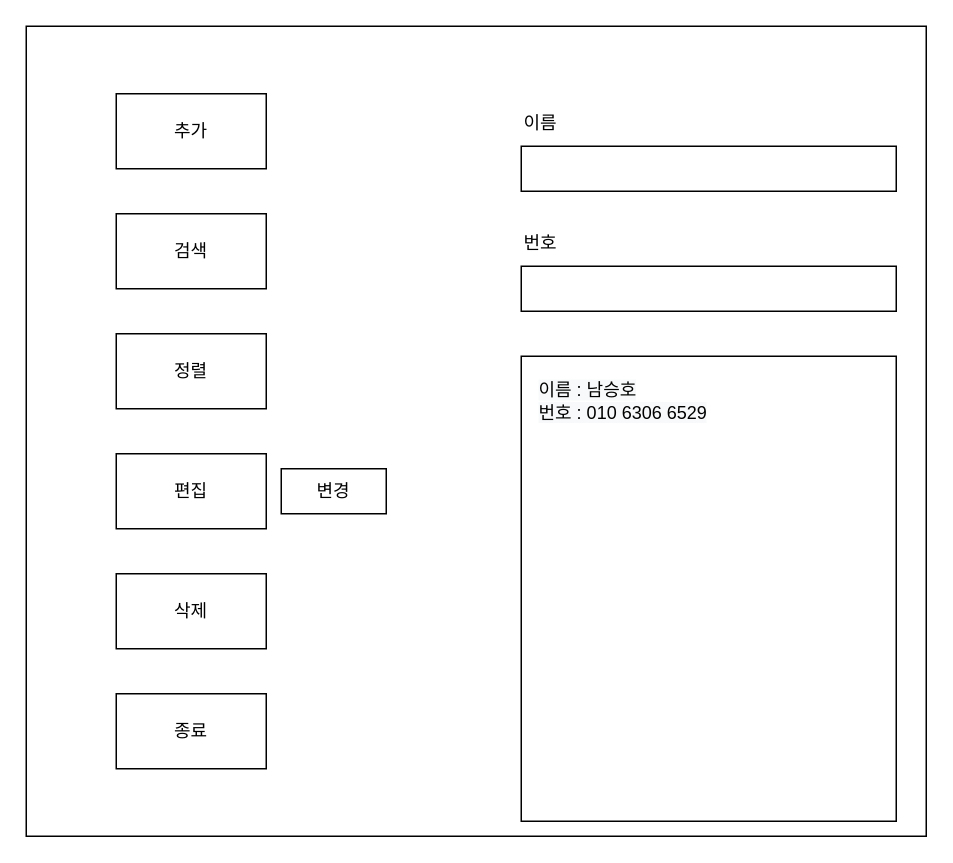
Earlier version of the draw.io diagram 전화번호부 GUI.drawio (skatld123/PH_list_java). Source tidied: cells renumbered, new cells numbered last; positions are measured from the earlier drawing's top-left corner, leaving out a move shared by most shapes. Both pictures are drawn from the tidied source at 150%, with x=0, y=0 at pixel (26, 26).
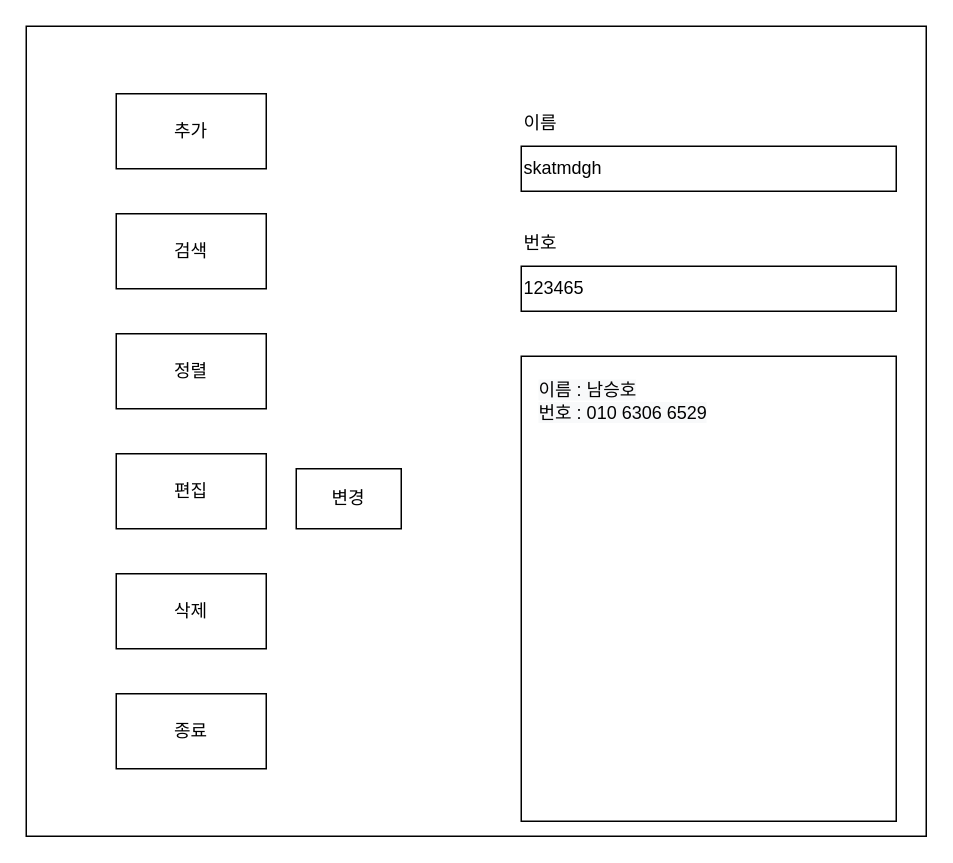
The same diagram, later.

Commit message:
전화번호부 GUI.drawio 업데이트

Diff of the diagram source:
```diff
@@
 <mxGraphModel>
   <root>
     <mxCell id="0" />
     <mxCell id="1" parent="0" />
     <mxCell id="2" style="rounded=0;whiteSpace=wrap;html=1;" parent="1" vertex="1">
       <mxGeometry width="600" height="540" as="geometry" />
     </mxCell>
     <mxCell id="3" value="&lt;p style=&quot;line-height: 170%&quot;&gt;&lt;br&gt;&lt;/p&gt;" style="rounded=0;whiteSpace=wrap;html=1;align=left;" parent="1" vertex="1">
       <mxGeometry x="330" y="220" width="250" height="310" as="geometry" />
     </mxCell>
     <mxCell id="4" value="&#10;&#10;&lt;span style=&quot;color: rgb(0, 0, 0); font-family: helvetica; font-size: 12px; font-style: normal; font-weight: 400; letter-spacing: normal; text-indent: 0px; text-transform: none; word-spacing: 0px; background-color: rgb(248, 249, 250); display: inline; float: none;&quot;&gt;이름 : 남승호&lt;/span&gt;&lt;br style=&quot;color: rgb(0, 0, 0); font-family: helvetica; font-size: 12px; font-style: normal; font-weight: 400; letter-spacing: normal; text-indent: 0px; text-transform: none; word-spacing: 0px; background-color: rgb(248, 249, 250);&quot;&gt;&lt;span style=&quot;color: rgb(0, 0, 0); font-family: helvetica; font-size: 12px; font-style: normal; font-weight: 400; letter-spacing: normal; text-indent: 0px; text-transform: none; word-spacing: 0px; background-color: rgb(248, 249, 250); display: inline; float: none;&quot;&gt;번호 : 010 6306 6529&lt;/span&gt;&#10;&#10;" style="text;html=1;strokeColor=none;fillColor=none;align=left;verticalAlign=middle;whiteSpace=wrap;rounded=0;" parent="1" vertex="1">
       <mxGeometry x="340" y="210" width="170" height="80" as="geometry" />
     </mxCell>
-    <mxCell id="5" style="rounded=0;whiteSpace=wrap;html=1;align=left;" parent="1" vertex="1">
+    <mxCell id="5" value="123465" style="rounded=0;whiteSpace=wrap;html=1;align=left;" parent="1" vertex="1">
       <mxGeometry x="330" y="160" width="250" height="30" as="geometry" />
     </mxCell>
-    <mxCell id="6" style="rounded=0;whiteSpace=wrap;html=1;align=left;" parent="1" vertex="1">
+    <mxCell id="6" value="skatmdgh" style="rounded=0;whiteSpace=wrap;html=1;align=left;" parent="1" vertex="1">
       <mxGeometry x="330" y="80" width="250" height="30" as="geometry" />
     </mxCell>
     <mxCell id="7" value="이름" style="text;html=1;strokeColor=none;fillColor=none;align=left;verticalAlign=middle;whiteSpace=wrap;rounded=0;" parent="1" vertex="1">
       <mxGeometry x="330" y="50" width="60" height="30" as="geometry" />
     </mxCell>
     <mxCell id="8" value="번호" style="text;html=1;strokeColor=none;fillColor=none;align=left;verticalAlign=middle;whiteSpace=wrap;rounded=0;" parent="1" vertex="1">
       <mxGeometry x="330" y="130" width="60" height="30" as="geometry" />
     </mxCell>
     <mxCell id="9" value="추가" style="rounded=0;whiteSpace=wrap;html=1;align=center;" parent="1" vertex="1">
       <mxGeometry x="60" y="45" width="100" height="50" as="geometry" />
     </mxCell>
     <mxCell id="10" value="검색" style="rounded=0;whiteSpace=wrap;html=1;align=center;" parent="1" vertex="1">
       <mxGeometry x="60" y="125" width="100" height="50" as="geometry" />
     </mxCell>
     <mxCell id="11" value="정렬" style="rounded=0;whiteSpace=wrap;html=1;align=center;" parent="1" vertex="1">
       <mxGeometry x="60" y="205" width="100" height="50" as="geometry" />
     </mxCell>
     <mxCell id="12" value="편집" style="rounded=0;whiteSpace=wrap;html=1;align=center;" parent="1" vertex="1">
       <mxGeometry x="60" y="285" width="100" height="50" as="geometry" />
     </mxCell>
     <mxCell id="13" value="삭제" style="rounded=0;whiteSpace=wrap;html=1;align=center;" parent="1" vertex="1">
       <mxGeometry x="60" y="365" width="100" height="50" as="geometry" />
     </mxCell>
     <mxCell id="14" value="종료" style="rounded=0;whiteSpace=wrap;html=1;align=center;" parent="1" vertex="1">
       <mxGeometry x="60" y="445" width="100" height="50" as="geometry" />
     </mxCell>
     <mxCell id="15" value="변경" style="rounded=0;whiteSpace=wrap;html=1;align=center;" parent="1" vertex="1">
-      <mxGeometry x="170" y="295" width="70" height="30" as="geometry" />
+      <mxGeometry x="180" y="295" width="70" height="40" as="geometry" />
     </mxCell>
   </root>
 </mxGraphModel>
```
